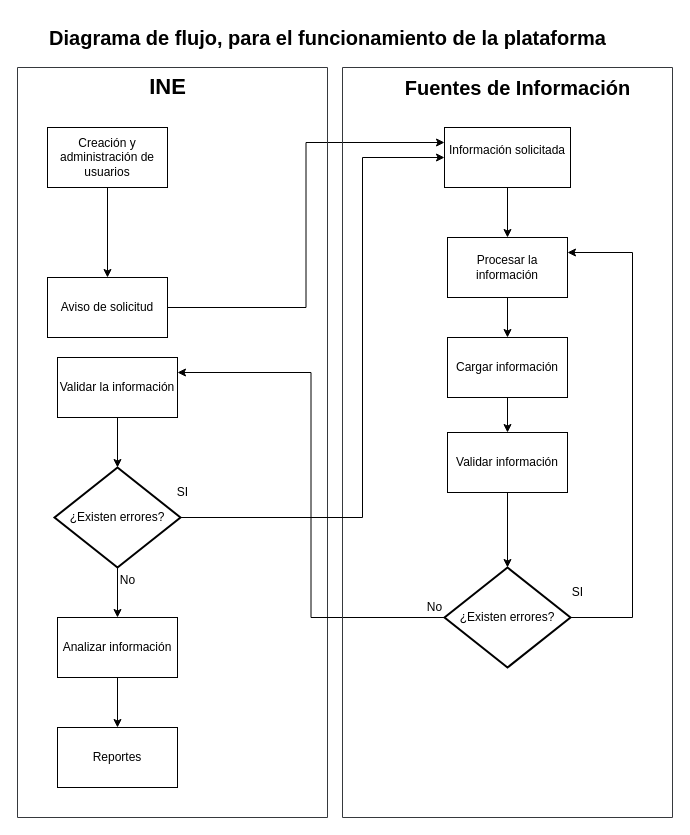
Above: Diagrama sin título.drawio in PCORADO/PlanInternaualVCM (draw.io), before the change. Source tidied: cells renumbered, new cells numbered last; positions are measured from the earlier drawing's top-left corner, leaving out a move shared by most shapes. Both pictures are drawn from the tidied source at 100%, with x=0, y=0 at pixel (17, 17).
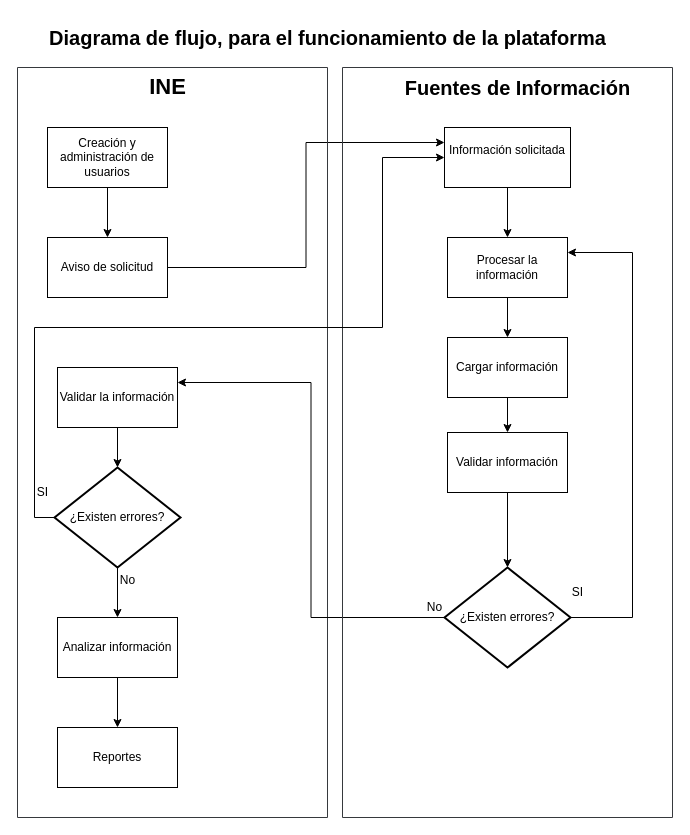
The same diagram, later.

The change refers to these unchanged cells:
```xml
<mxCell id="3" style="swimlane;startSize=0;fillColor=light-dark(#CCE5FF,#E6FFCC);strokeColor=#36393d;fillStyle=solid;" parent="1" vertex="1">
  <mxGeometry y="50" width="310" height="750" as="geometry" />
</mxCell>
<mxCell id="8" value="¿Existen errores?" style="strokeWidth=2;html=1;shape=mxgraph.flowchart.decision;whiteSpace=wrap;" parent="3" vertex="1">
  <mxGeometry x="37" y="400" width="126" height="100" as="geometry" />
</mxCell>
<mxCell id="20" value="&lt;div&gt;Información solicitada&lt;/div&gt;&lt;div&gt;&lt;br&gt;&lt;/div&gt;" style="rounded=0;whiteSpace=wrap;html=1;" parent="18" vertex="1">
  <mxGeometry x="102" y="60" width="126" height="60" as="geometry" />
</mxCell>
```

The edit, as a diff of the source:
```diff
@@
     <mxCell id="6" value="Validar la información" style="rounded=0;whiteSpace=wrap;html=1;" parent="3" vertex="1">
-      <mxGeometry x="40" y="290" width="120" height="60" as="geometry" />
+      <mxGeometry x="40" y="300" width="120" height="60" as="geometry" />
     </mxCell>
@@
     <mxCell id="13" value="Aviso de solicitud" style="rounded=0;whiteSpace=wrap;html=1;" parent="3" vertex="1">
-      <mxGeometry x="30" y="210" width="120" height="60" as="geometry" />
+      <mxGeometry x="30" y="170" width="120" height="60" as="geometry" />
     </mxCell>
@@
     <mxCell id="16" value="SI" style="text;html=1;align=center;verticalAlign=middle;strokeColor=none;fillColor=none;" parent="3" vertex="1">
-      <mxGeometry x="150" y="410" width="30" height="30" as="geometry" />
+      <mxGeometry x="10" y="410" width="30" height="30" as="geometry" />
     </mxCell>
@@
-    <mxCell id="33" style="edgeStyle=orthogonalEdgeStyle;rounded=0;jettySize=auto;html=1;exitX=1;exitY=0.5;exitDx=0;exitDy=0;exitPerimeter=0;" parent="1" edge="1" source="8" target="20">
+    <mxCell id="33" style="edgeStyle=orthogonalEdgeStyle;rounded=0;jettySize=auto;html=1;exitX=0;exitY=0.5;exitDx=0;exitDy=0;exitPerimeter=0;entryX=0;entryY=0.5;entryDx=0;entryDy=0;" parent="1" edge="1" source="8" target="20">
       <mxGeometry relative="1" as="geometry">
         <Array as="points">
-          <mxPoint x="345" y="500" />
-          <mxPoint x="345" y="140" />
+          <mxPoint x="17" y="500" />
+          <mxPoint x="17" y="310" />
+          <mxPoint x="365" y="310" />
+          <mxPoint x="365" y="140" />
         </Array>
       </mxGeometry>
     </mxCell>
```
